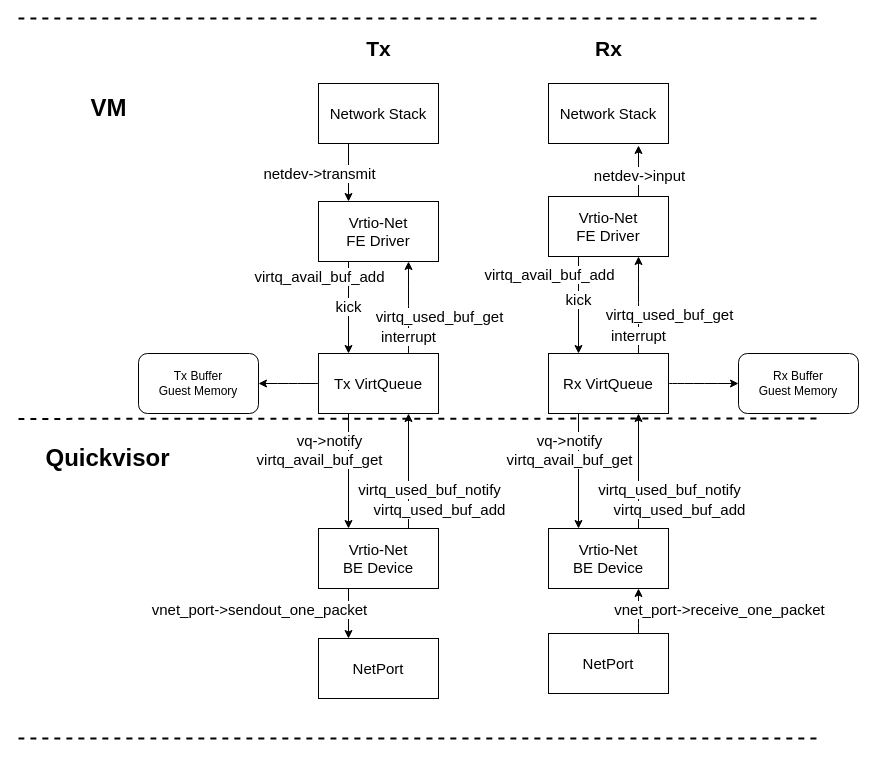
The draw.io diagram page "收发流" (5 of 5) of virtio-net.drawio in SongXiaoLongg/DrawIO, before the edit. Source tidied: cells renumbered, new cells numbered last; positions are measured from the earlier drawing's top-left corner, leaving out a move shared by most shapes. Both pictures are drawn from the tidied source at 100%, with x=0, y=0 at pixel (18, 18).
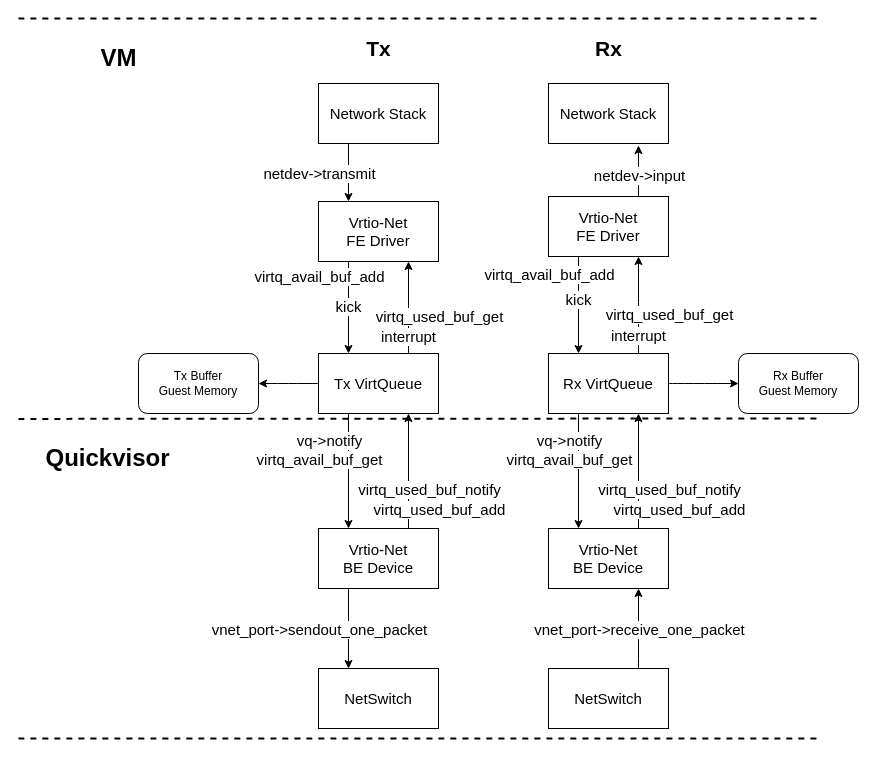
The same page after the edit.

The edit, as a diff of the source:
```diff
@@
     <mxCell id="18" style="edgeStyle=orthogonalEdgeStyle;rounded=0;orthogonalLoop=1;jettySize=auto;html=1;exitX=0.25;exitY=1;exitDx=0;exitDy=0;fontSize=15;" parent="1" edge="1">
       <mxGeometry relative="1" as="geometry">
-        <mxPoint x="300" y="520" as="sourcePoint" />
-        <mxPoint x="330" y="620" as="targetPoint" />
+        <mxPoint x="300" y="550" as="sourcePoint" />
+        <mxPoint x="330" y="650" as="targetPoint" />
         <Array as="points">
-          <mxPoint x="330" y="520" />
+          <mxPoint x="330" y="550" />
         </Array>
       </mxGeometry>
     </mxCell>
     <mxCell id="19" value="vnet_port-&amp;gt;sendout_one_packet" style="edgeLabel;html=1;align=center;verticalAlign=middle;fontSize=15;" parent="18" vertex="1">
       <mxGeometry x="-0.17" y="-1" relative="1" as="geometry">
-        <mxPoint x="-89" y="46" as="offset" />
+        <mxPoint x="-29" y="36" as="offset" />
       </mxGeometry>
     </mxCell>
     <mxCell id="20" value="virtq_avail_buf_get" style="edgeLabel;html=1;align=center;verticalAlign=middle;fontSize=15;" parent="18" vertex="1">
       <mxGeometry x="-0.4" relative="1" as="geometry">
-        <mxPoint x="-30" y="-89" as="offset" />
+        <mxPoint x="-30" y="-119" as="offset" />
       </mxGeometry>
     </mxCell>
@@
-    <mxCell id="25" value="NetPort" style="rounded=0;whiteSpace=wrap;html=1;fontSize=15;" parent="1" vertex="1">
-      <mxGeometry x="300" y="620" width="120" height="60" as="geometry" />
+    <mxCell id="25" value="NetSwitch" style="rounded=0;whiteSpace=wrap;html=1;fontSize=15;" parent="1" vertex="1">
+      <mxGeometry x="300" y="650" width="120" height="60" as="geometry" />
     </mxCell>
@@
     <mxCell id="28" value="VM" style="text;strokeColor=none;fillColor=none;html=1;fontSize=24;fontStyle=1;verticalAlign=middle;align=center;" parent="1" vertex="1">
-      <mxGeometry x="40" y="70" width="100" height="40" as="geometry" />
+      <mxGeometry x="50" y="20" width="100" height="40" as="geometry" />
     </mxCell>
@@
-    <mxCell id="49" value="NetPort" style="rounded=0;whiteSpace=wrap;html=1;fontSize=15;" parent="1" vertex="1">
-      <mxGeometry x="530" y="615" width="120" height="60" as="geometry" />
+    <mxCell id="49" value="NetSwitch" style="rounded=0;whiteSpace=wrap;html=1;fontSize=15;" parent="1" vertex="1">
+      <mxGeometry x="530" y="650" width="120" height="60" as="geometry" />
     </mxCell>
@@
     <mxCell id="51" value="vnet_port-&amp;gt;receive_one_packet" style="edgeLabel;html=1;align=center;verticalAlign=middle;fontSize=15;" parent="1" vertex="1">
-      <mxGeometry x="700" y="590" as="geometry" />
+      <mxGeometry x="620" y="610" as="geometry" />
     </mxCell>
```
